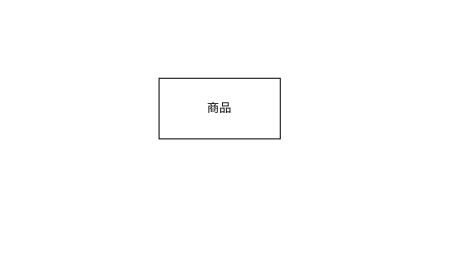
The draw.io diagram 未命名表单.drawio in tangbaoabo/drad, before the edit. Source tidied: cells renumbered, new cells numbered last; positions are measured from the earlier drawing's top-left corner, leaving out a move shared by most shapes. Both pictures are drawn from the tidied source at 101%, with x=0, y=0 at pixel (159, 78).
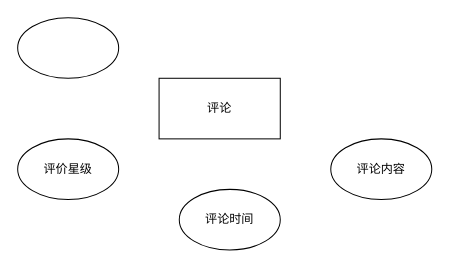
The same diagram, later.

Commit message:
更新未命名表单.drawio

The edit, as a diff of the source:
```diff
@@
 <mxGraphModel>
   <root>
     <mxCell id="0" />
     <mxCell id="1" parent="0" />
-    <mxCell id="2" value="商品" style="rounded=0;whiteSpace=wrap;html=1;" parent="1" vertex="1">
+    <mxCell id="2" value="评论" style="rounded=0;whiteSpace=wrap;html=1;" parent="1" vertex="1">
       <mxGeometry width="120" height="60" as="geometry" />
     </mxCell>
+    <mxCell id="3" value="评论时间" style="ellipse;whiteSpace=wrap;html=1;" parent="1" vertex="1">
+      <mxGeometry x="20" y="110" width="100" height="60" as="geometry" />
+    </mxCell>
+    <mxCell id="4" value="评论内容" style="ellipse;whiteSpace=wrap;html=1;" parent="1" vertex="1">
+      <mxGeometry x="170" y="60" width="100" height="60" as="geometry" />
+    </mxCell>
+    <mxCell id="5" value="评价星级" style="ellipse;whiteSpace=wrap;html=1;" parent="1" vertex="1">
+      <mxGeometry x="-140" y="60" width="100" height="60" as="geometry" />
+    </mxCell>
+    <mxCell id="6" style="ellipse;whiteSpace=wrap;html=1;" parent="1" vertex="1">
+      <mxGeometry x="-140" y="-60" width="100" height="60" as="geometry" />
+    </mxCell>
   </root>
 </mxGraphModel>
```
